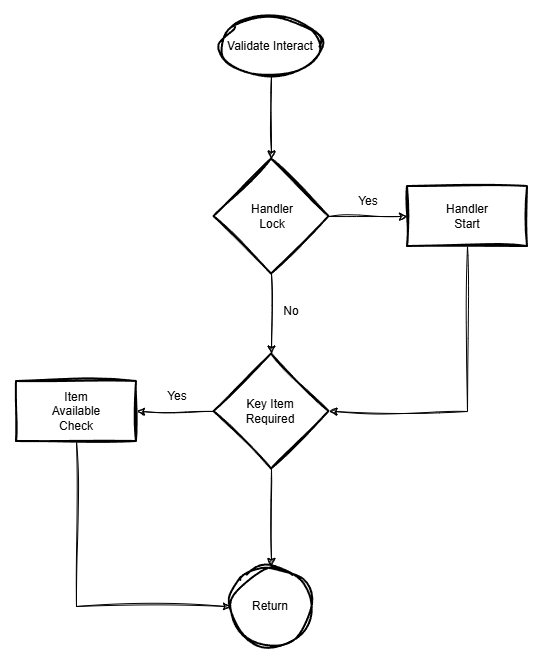
Earlier version of the draw.io export Images/ValidationFunctionFC_light.png (MungyPanda/REDACTED). Source tidied: cells renumbered, new cells last; positions are measured from the earlier drawing's top-left corner, leaving out a move shared by most shapes.
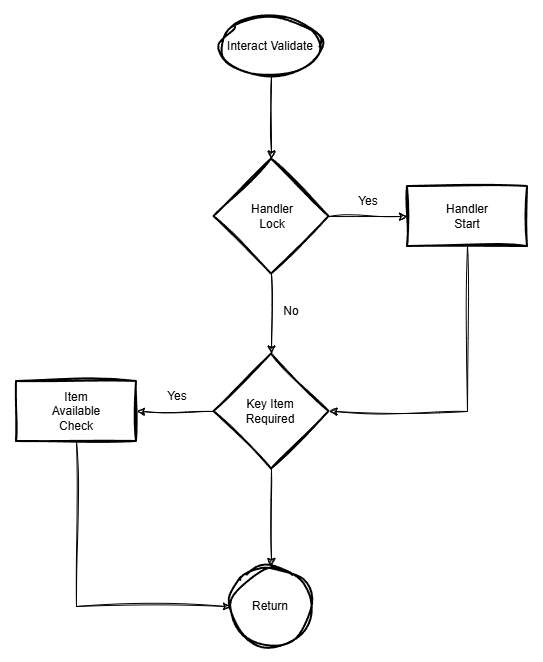
Later version of the same file.

What changed in the source:
```diff
@@ -8,7 +8,7 @@
     <mxCell id="3" style="strokeWidth=2;html=1;shape=mxgraph.flowchart.start_1;whiteSpace=wrap;rounded=0;sketch=1;curveFitting=1;jiggle=2;" parent="1" vertex="1">
       <mxGeometry x="205" width="100" height="60" as="geometry" />
     </mxCell>
-    <mxCell id="4" value="Validate Interact" style="text;html=1;whiteSpace=wrap;strokeColor=none;fillColor=none;align=center;verticalAlign=middle;rounded=0;sketch=1;curveFitting=1;jiggle=2;" parent="1" vertex="1">
+    <mxCell id="4" value="Interact Validate" style="text;html=1;whiteSpace=wrap;strokeColor=none;fillColor=none;align=center;verticalAlign=middle;rounded=0;sketch=1;curveFitting=1;jiggle=2;" parent="1" vertex="1">
       <mxGeometry x="209" y="15" width="90" height="30" as="geometry" />
     </mxCell>
     <mxCell id="5" style="edgeStyle=orthogonalEdgeStyle;rounded=0;sketch=1;hachureGap=4;jiggle=2;curveFitting=1;jettySize=auto;html=1;fontFamily=Architects Daughter;fontSource=https%3A%2F%2Ffonts.googleapis.com%2Fcss%3Ffamily%3DArchitects%2BDaughter;" parent="1" edge="1" source="7" target="10">
```
